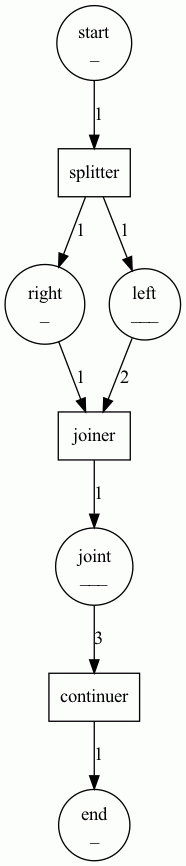
The Graphviz diagram step1.png in iandebeer/castanet, before a commit. Its source is kept beside it as step1.dot.
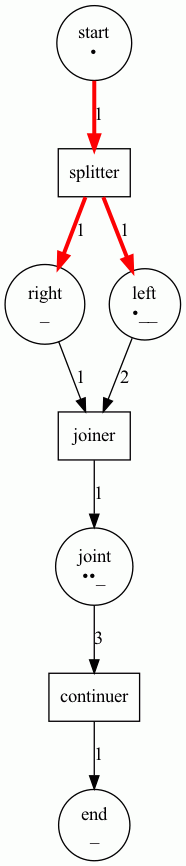
Above is the later version.

The edit, as a diff of the source:
```diff
@@ -1,19 +1,19 @@
 digraph G {
 0 [label="right\n_\n" shape=circle]
-1 [label="left\n___\n" shape=circle]
+1 [label="left\n•__\n" shape=circle]
 2 [label="end\n_\n" shape=circle]
 3 [label="continuer" shape=box]
 4 [label="joiner" shape=box]
-5 [label="start\n_\n" shape=circle]
+5 [label="start\n•\n" shape=circle]
 6 [label="splitter" shape=box]
-7 [label="joint\n___\n" shape=circle]
+7 [label="joint\n••_\n" shape=circle]
 
 0 -> 4 [label="1" ]
 1 -> 4 [label="2" ]
 3 -> 2 [label="1" ]
 4 -> 7 [label="1" ]
-5 -> 6 [label="1" ]
-6 -> 1 [label="1" ]
-6 -> 0 [label="1" ]
+5 -> 6 [label="1" ,color=red,penwidth=3.0]
+6 -> 1 [label="1" ,color=red,penwidth=3.0]
+6 -> 0 [label="1" ,color=red,penwidth=3.0]
 7 -> 3 [label="3" ]
 }
```
